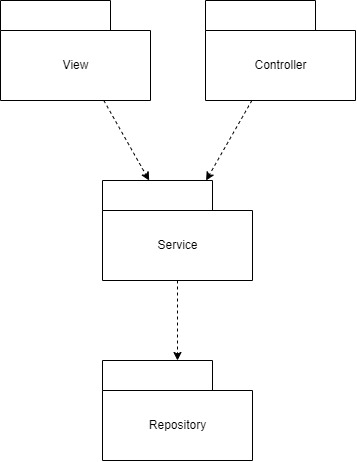
Earlier version of the draw.io export projeto/diagrama_pacotes.png (PUCMG-2023-02-LDS-G3/Laboratorio-02). Source tidied: cells renumbered, new cells last; positions are measured from the earlier drawing's top-left corner, leaving out a move shared by most shapes.
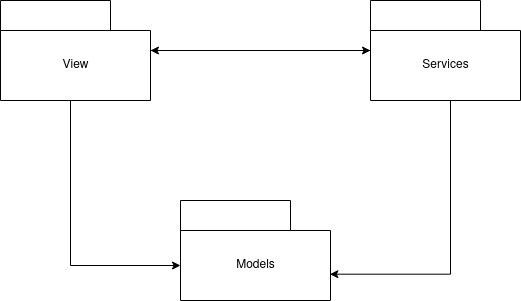
After the commit.

The edit, as a diff of the source:
```diff
@@ -2,43 +2,46 @@
   <root>
     <mxCell id="0" />
     <mxCell id="1" parent="0" />
+    <mxCell id="13" style="edgeStyle=orthogonalEdgeStyle;rounded=0;jettySize=auto;html=1;" parent="1" edge="1" source="3" target="11">
+      <mxGeometry relative="1" as="geometry" />
+    </mxCell>
-    <mxCell id="2" style="edgeStyle=none;html=1;dashed=1;" parent="1" edge="1" source="3" target="6">
-      <mxGeometry relative="1" as="geometry" />
+    <mxCell id="2" style="edgeStyle=orthogonalEdgeStyle;rounded=0;jettySize=auto;html=1;entryX=0;entryY=0;entryDx=0;entryDy=65;entryPerimeter=0;" parent="1" edge="1" source="3" target="6">
+      <mxGeometry relative="1" as="geometry">
+        <Array as="points">
+          <mxPoint x="17" y="260" />
+        </Array>
+      </mxGeometry>
     </mxCell>
     <mxCell id="3" style="shape=folder;fontStyle=1;tabWidth=110;tabHeight=30;tabPosition=left;html=1;boundedLbl=1;labelInHeader=1;" parent="1" vertex="1">
-      <mxGeometry width="150" height="100" as="geometry" />
+      <mxGeometry x="-53" y="-5" width="150" height="100" as="geometry" />
     </mxCell>
     <mxCell id="4" value="View" style="html=1;strokeColor=none;fillColor=none;" parent="3" vertex="1">
       <mxGeometry width="150" height="70" relative="1" as="geometry">
         <mxPoint y="30" as="offset" />
       </mxGeometry>
     </mxCell>
-    <mxCell id="5" style="html=1;dashed=1;" parent="1" edge="1" source="6" target="8">
-      <mxGeometry relative="1" as="geometry" />
-    </mxCell>
     <mxCell id="6" style="shape=folder;fontStyle=1;tabWidth=110;tabHeight=30;tabPosition=left;html=1;boundedLbl=1;labelInHeader=1;" parent="1" vertex="1">
-      <mxGeometry x="102" y="180" width="150" height="100" as="geometry" />
+      <mxGeometry x="127" y="195" width="150" height="100" as="geometry" />
     </mxCell>
-    <mxCell id="7" value="Service" style="html=1;strokeColor=none;fillColor=none;" parent="6" vertex="1">
+    <mxCell id="7" value="Models" style="html=1;strokeColor=none;fillColor=none;" parent="6" vertex="1">
       <mxGeometry width="150" height="70" relative="1" as="geometry">
         <mxPoint y="30" as="offset" />
       </mxGeometry>
     </mxCell>
-    <mxCell id="8" style="shape=folder;fontStyle=1;tabWidth=110;tabHeight=30;tabPosition=left;html=1;boundedLbl=1;labelInHeader=1;" parent="1" vertex="1">
-      <mxGeometry x="102" y="360" width="150" height="100" as="geometry" />
-    </mxCell>
-    <mxCell id="9" value="Repository" style="html=1;strokeColor=none;fillColor=none;" parent="8" vertex="1">
-      <mxGeometry width="150" height="70" relative="1" as="geometry">
-        <mxPoint y="30" as="offset" />
-      </mxGeometry>
-    </mxCell>
+    <mxCell id="14" style="edgeStyle=orthogonalEdgeStyle;rounded=0;jettySize=auto;html=1;" parent="1" edge="1" source="11" target="3">
+      <mxGeometry relative="1" as="geometry" />
+    </mxCell>
-    <mxCell id="10" style="edgeStyle=none;html=1;dashed=1;" parent="1" edge="1" source="11" target="6">
-      <mxGeometry relative="1" as="geometry" />
+    <mxCell id="10" style="edgeStyle=orthogonalEdgeStyle;rounded=0;jettySize=auto;html=1;entryX=0.996;entryY=0.737;entryDx=0;entryDy=0;entryPerimeter=0;" parent="1" edge="1" source="11" target="6">
+      <mxGeometry relative="1" as="geometry">
+        <Array as="points">
+          <mxPoint x="397" y="269" />
+        </Array>
+      </mxGeometry>
     </mxCell>
     <mxCell id="11" style="shape=folder;fontStyle=1;tabWidth=110;tabHeight=30;tabPosition=left;html=1;boundedLbl=1;labelInHeader=1;" parent="1" vertex="1">
-      <mxGeometry x="205" width="150" height="100" as="geometry" />
+      <mxGeometry x="317" y="-5" width="150" height="100" as="geometry" />
     </mxCell>
-    <mxCell id="12" value="Controller" style="html=1;strokeColor=none;fillColor=none;" parent="11" vertex="1">
+    <mxCell id="12" value="Services" style="html=1;strokeColor=none;fillColor=none;" parent="11" vertex="1">
       <mxGeometry width="150" height="70" relative="1" as="geometry">
         <mxPoint y="30" as="offset" />
       </mxGeometry>
```
